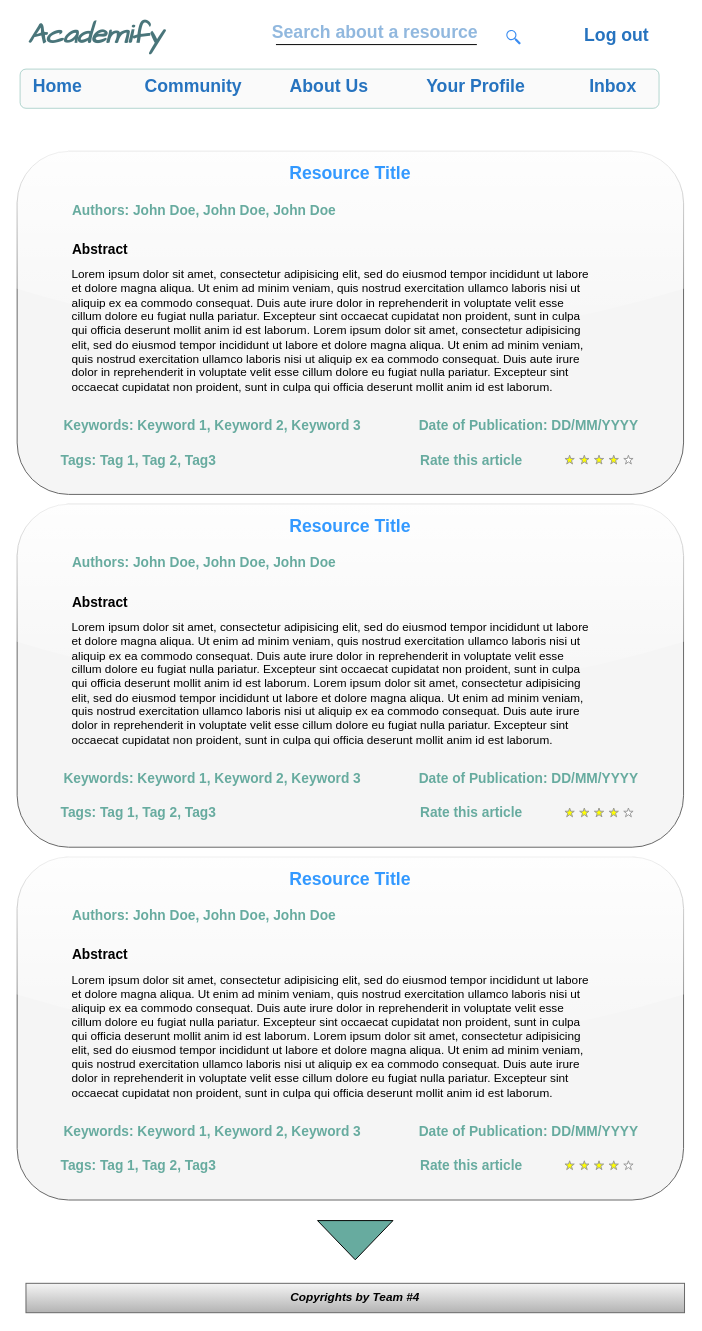
muhammed-ayman/ScholarStack keeps this draw.io diagram as Project Design/Wireframes/Resource Post.drawio. Above is the earlier version. Source tidied: cells renumbered, new cells numbered last; positions are measured from the earlier drawing's top-left corner, leaving out a move shared by most shapes. Both pictures are drawn from the tidied source at 98%, with x=0, y=0 at pixel (17, 16).
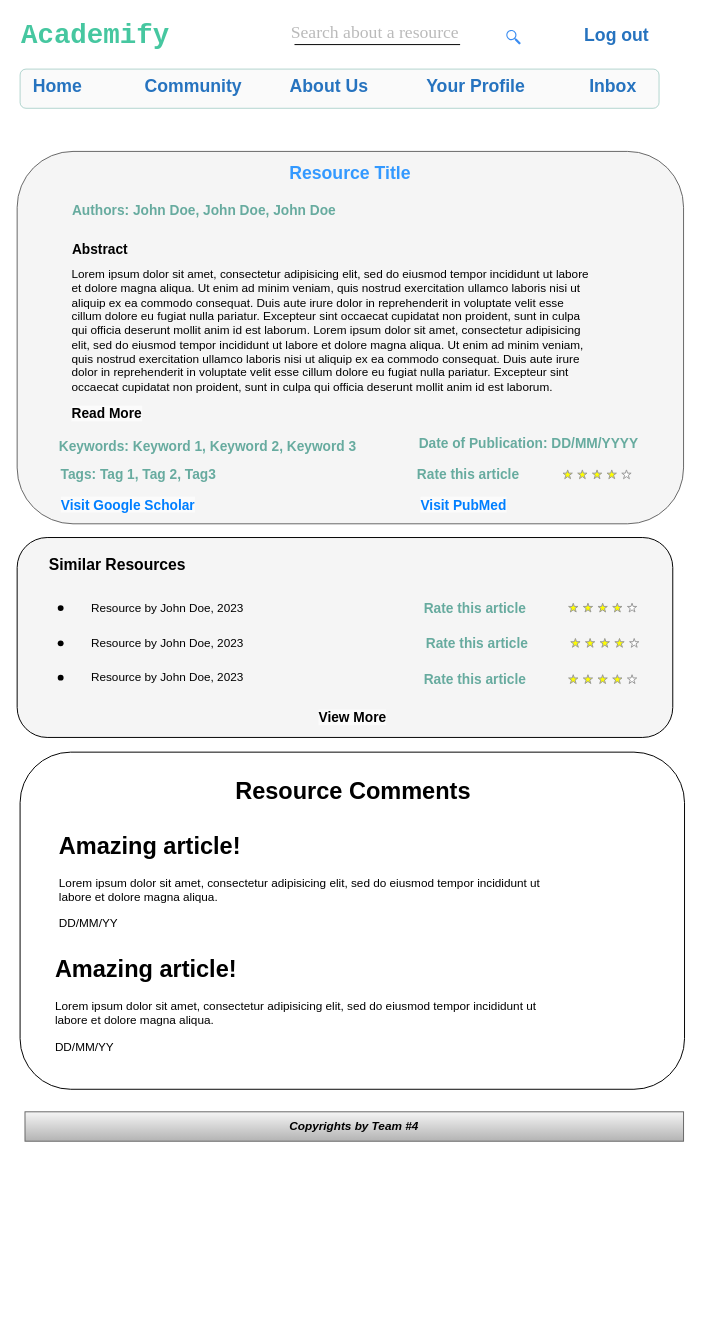
Above is the later version.

Change to the diagram source:
```diff
@@
-    <mxCell id="3" style="rounded=1;labelBackgroundColor=none;labelBorderColor=none;noLabel=1;whiteSpace=wrap;html=1;glass=1;fillColor=#f5f5f5;strokeColor=#666666;fontColor=#333333;" parent="1" vertex="1">
-      <mxGeometry y="138" width="680" height="350" as="geometry" />
+    <mxCell id="3" style="rounded=1;labelBackgroundColor=none;labelBorderColor=none;noLabel=1;whiteSpace=wrap;html=1;glass=0;fillColor=#F5F5F5;strokeColor=#666666;fontColor=#333333;" parent="1" vertex="1">
+      <mxGeometry y="138" width="680" height="380" as="geometry" />
     </mxCell>
-    <mxCell id="4" value="Academify" style="text;spacingTop=-5;fontSize=28;fontStyle=3;align=center;horizontal=1;verticalAlign=middle;fontFamily=Comic Sans MS;fontColor=#49757A;" parent="1" vertex="1">
+    <mxCell id="4" value="Academify" style="text;spacingTop=-5;fontSize=28;fontStyle=1;align=center;horizontal=1;verticalAlign=middle;fontFamily=Courier New;fontColor=#46C7A0;" parent="1" vertex="1">
       <mxGeometry y="0.2" width="160" height="35" as="geometry" />
     </mxCell>
@@
     <mxCell id="10" style="verticalLabelPosition=bottom;verticalAlign=top;strokeWidth=1;shape=mxgraph.mockup.misc.rating;strokeColor=#999999;fillColor=#ffff00;emptyFillColor=#ffffff;grade=4;ratingScale=5;ratingStyle=star;fontSize=14;" parent="1" vertex="1">
-      <mxGeometry x="559" y="448" width="67.5" height="10" as="geometry" />
+      <mxGeometry x="557" y="463" width="67.5" height="10" as="geometry" />
     </mxCell>
     <mxCell id="11" value="Rate this article" style="text;spacingTop=-5;fontSize=14;align=center;fontColor=#67AB9F;fontStyle=1;" parent="1" vertex="1">
-      <mxGeometry x="408.2" y="443" width="111" height="20" as="geometry" />
+      <mxGeometry x="405" y="458" width="111" height="20" as="geometry" />
     </mxCell>
     <mxCell id="12" value="Keywords: Keyword 1, Keyword 2, Keyword 3" style="text;spacingTop=-5;fontSize=14;align=center;fontColor=#67AB9F;fontStyle=1;" parent="1" vertex="1">
-      <mxGeometry x="54.4" y="408" width="290" height="20" as="geometry" />
+      <mxGeometry x="49.7" y="429" width="290" height="20" as="geometry" />
     </mxCell>
-    <mxCell id="13" value="Search about a resource" style="text;spacingTop=-5;align=center;fontStyle=1;fontSize=18;fontColor=#2673BF;textOpacity=50;" parent="1" vertex="1">
+    <mxCell id="13" value="Search about a resource" style="text;spacingTop=-5;align=center;fontStyle=0;fontSize=18;fontColor=#B3B3B3;textOpacity=90;fontFamily=Times New Roman;" parent="1" vertex="1">
       <mxGeometry x="239.1" y="4" width="252.5" height="27.5" as="geometry" />
     </mxCell>
@@
     <mxCell id="17" style="line;strokeWidth=1;" parent="1" vertex="1">
-      <mxGeometry x="264.1" y="24" width="205" height="10" as="geometry" />
+      <mxGeometry x="283" y="24" width="169" height="10" as="geometry" />
     </mxCell>
@@
     <mxCell id="21" value="Date of Publication: DD/MM/YYYY" style="text;spacingTop=-5;fontSize=14;fontStyle=1;fontColor=#67AB9F;" parent="1" vertex="1">
-      <mxGeometry x="408.2" y="408" width="230" height="20" as="geometry" />
+      <mxGeometry x="408.2" y="426" width="230" height="20" as="geometry" />
     </mxCell>
     <mxCell id="22" value="Tags: Tag 1, Tag 2, Tag3" style="text;spacingTop=-5;fontSize=14;align=center;fontColor=#67AB9F;fontStyle=1;" parent="1" vertex="1">
-      <mxGeometry x="43" y="443" width="162" height="20" as="geometry" />
+      <mxGeometry x="43" y="458" width="162" height="20" as="geometry" />
     </mxCell>
-    <mxCell id="23" style="rounded=1;labelBackgroundColor=#660033;labelBorderColor=#FFFF00;noLabel=1;whiteSpace=wrap;html=1;shadow=0;glass=1;fillColor=#f5f5f5;strokeColor=#666666;fontColor=#333333;" parent="1" vertex="1">
-      <mxGeometry y="498" width="680" height="350" as="geometry" />
-    </mxCell>
-    <mxCell id="24" value="Abstract" style="text;spacingTop=-5;fontSize=14;fontStyle=1;" parent="1" vertex="1">
-      <mxGeometry x="54.4" y="588" width="91" height="30" as="geometry" />
-    </mxCell>
-    <mxCell id="25" value="Lorem ipsum dolor sit amet, consectetur adipisicing elit, sed do eiusmod tempor incididunt ut labore et dolore magna aliqua. Ut enim ad minim veniam, quis nostrud exercitation ullamco laboris nisi ut aliquip ex ea commodo consequat. Duis aute irure dolor in reprehenderit in voluptate velit esse cillum dolore eu fugiat nulla pariatur. Excepteur sint occaecat cupidatat non proident, sunt in culpa qui officia deserunt mollit anim id est laborum. Lorem ipsum dolor sit amet, consectetur adipisicing elit, sed do eiusmod tempor incididunt ut labore et dolore magna aliqua. Ut enim ad minim veniam, quis nostrud exercitation ullamco laboris nisi ut aliquip ex ea commodo consequat. Duis aute irure dolor in reprehenderit in voluptate velit esse cillum dolore eu fugiat nulla pariatur. Excepteur sint occaecat cupidatat non proident, sunt in culpa qui officia deserunt mollit anim id est laborum." style="text;spacingTop=-5;align=left;verticalAlign=middle;whiteSpace=wrap;" parent="1" vertex="1">
-      <mxGeometry x="54.4" y="608" width="530" height="150" as="geometry" />
-    </mxCell>
-    <mxCell id="26" style="verticalLabelPosition=bottom;verticalAlign=top;strokeWidth=1;shape=mxgraph.mockup.misc.rating;strokeColor=#999999;fillColor=#ffff00;emptyFillColor=#ffffff;grade=4;ratingScale=5;ratingStyle=star;fontSize=14;" parent="1" vertex="1">
-      <mxGeometry x="559" y="808" width="67.5" height="10" as="geometry" />
-    </mxCell>
-    <mxCell id="27" value="Rate this article" style="text;spacingTop=-5;fontSize=14;align=center;fontColor=#67AB9F;fontStyle=1;" parent="1" vertex="1">
-      <mxGeometry x="408.2" y="803" width="111" height="20" as="geometry" />
-    </mxCell>
-    <mxCell id="28" value="Keywords: Keyword 1, Keyword 2, Keyword 3" style="text;spacingTop=-5;fontSize=14;align=center;fontColor=#67AB9F;fontStyle=1;" parent="1" vertex="1">
-      <mxGeometry x="54.4" y="768" width="290" height="20" as="geometry" />
-    </mxCell>
-    <mxCell id="29" value="Resource Title" style="text;spacingTop=-5;fontSize=18;fontStyle=1;align=center;fontColor=#3399FF;" parent="1" vertex="1">
-      <mxGeometry x="275" y="508" width="130" height="30" as="geometry" />
-    </mxCell>
-    <mxCell id="30" value="Authors: John Doe, John Doe, John Doe" style="text;spacingTop=-5;fontSize=14;fontStyle=1;fontColor=#67AB9F;" parent="1" vertex="1">
-      <mxGeometry x="54.4" y="548" width="280.6" height="20" as="geometry" />
-    </mxCell>
-    <mxCell id="31" value="Date of Publication: DD/MM/YYYY" style="text;spacingTop=-5;fontSize=14;fontStyle=1;fontColor=#67AB9F;" parent="1" vertex="1">
-      <mxGeometry x="408.2" y="768" width="230" height="20" as="geometry" />
-    </mxCell>
-    <mxCell id="32" value="Tags: Tag 1, Tag 2, Tag3" style="text;spacingTop=-5;fontSize=14;align=center;fontColor=#67AB9F;fontStyle=1;" parent="1" vertex="1">
-      <mxGeometry x="43" y="803" width="162" height="20" as="geometry" />
-    </mxCell>
-    <mxCell id="33" style="triangle;whiteSpace=wrap;html=1;direction=south;fontColor=none;noLabel=1;labelBackgroundColor=none;fillColor=#67AB9F;" parent="1" vertex="1">
-      <mxGeometry x="306.5" y="1229" width="77" height="40" as="geometry" />
-    </mxCell>
-    <mxCell id="34" style="rounded=1;labelBackgroundColor=#660033;labelBorderColor=#FFFF00;noLabel=1;whiteSpace=wrap;html=1;glass=1;fillColor=#f5f5f5;strokeColor=#666666;fontColor=#333333;" parent="1" vertex="1">
-      <mxGeometry y="858" width="680" height="350" as="geometry" />
-    </mxCell>
-    <mxCell id="35" value="Abstract" style="text;spacingTop=-5;fontSize=14;fontStyle=1;" parent="1" vertex="1">
-      <mxGeometry x="54.4" y="948" width="91" height="30" as="geometry" />
-    </mxCell>
-    <mxCell id="36" value="Lorem ipsum dolor sit amet, consectetur adipisicing elit, sed do eiusmod tempor incididunt ut labore et dolore magna aliqua. Ut enim ad minim veniam, quis nostrud exercitation ullamco laboris nisi ut aliquip ex ea commodo consequat. Duis aute irure dolor in reprehenderit in voluptate velit esse cillum dolore eu fugiat nulla pariatur. Excepteur sint occaecat cupidatat non proident, sunt in culpa qui officia deserunt mollit anim id est laborum. Lorem ipsum dolor sit amet, consectetur adipisicing elit, sed do eiusmod tempor incididunt ut labore et dolore magna aliqua. Ut enim ad minim veniam, quis nostrud exercitation ullamco laboris nisi ut aliquip ex ea commodo consequat. Duis aute irure dolor in reprehenderit in voluptate velit esse cillum dolore eu fugiat nulla pariatur. Excepteur sint occaecat cupidatat non proident, sunt in culpa qui officia deserunt mollit anim id est laborum." style="text;spacingTop=-5;align=left;verticalAlign=middle;whiteSpace=wrap;" parent="1" vertex="1">
-      <mxGeometry x="54.4" y="968" width="530" height="150" as="geometry" />
-    </mxCell>
-    <mxCell id="37" style="verticalLabelPosition=bottom;verticalAlign=top;strokeWidth=1;shape=mxgraph.mockup.misc.rating;strokeColor=#999999;fillColor=#ffff00;emptyFillColor=#ffffff;grade=4;ratingScale=5;ratingStyle=star;fontSize=14;" parent="1" vertex="1">
-      <mxGeometry x="559" y="1168" width="67.5" height="10" as="geometry" />
-    </mxCell>
-    <mxCell id="38" value="Rate this article" style="text;spacingTop=-5;fontSize=14;align=center;fontColor=#67AB9F;fontStyle=1;" parent="1" vertex="1">
-      <mxGeometry x="408.2" y="1163" width="111" height="20" as="geometry" />
-    </mxCell>
-    <mxCell id="39" value="Keywords: Keyword 1, Keyword 2, Keyword 3" style="text;spacingTop=-5;fontSize=14;align=center;fontColor=#67AB9F;fontStyle=1;" parent="1" vertex="1">
-      <mxGeometry x="54.4" y="1128" width="290" height="20" as="geometry" />
-    </mxCell>
-    <mxCell id="40" value="Resource Title" style="text;spacingTop=-5;fontSize=18;fontStyle=1;align=center;fontColor=#3399FF;" parent="1" vertex="1">
-      <mxGeometry x="275" y="868" width="130" height="30" as="geometry" />
-    </mxCell>
-    <mxCell id="41" value="Authors: John Doe, John Doe, John Doe" style="text;spacingTop=-5;fontSize=14;fontStyle=1;fontColor=#67AB9F;" parent="1" vertex="1">
-      <mxGeometry x="54.4" y="908" width="280.6" height="20" as="geometry" />
-    </mxCell>
-    <mxCell id="42" value="Date of Publication: DD/MM/YYYY" style="text;spacingTop=-5;fontSize=14;fontStyle=1;fontColor=#67AB9F;" parent="1" vertex="1">
-      <mxGeometry x="408.2" y="1128" width="230" height="20" as="geometry" />
-    </mxCell>
-    <mxCell id="43" value="Tags: Tag 1, Tag 2, Tag3" style="text;spacingTop=-5;fontSize=14;align=center;fontColor=#67AB9F;fontStyle=1;" parent="1" vertex="1">
-      <mxGeometry x="43" y="1163" width="162" height="20" as="geometry" />
-    </mxCell>
     <mxCell id="44" value="&lt;b&gt;&lt;i&gt;Copyrights by Team #4&lt;/i&gt;&lt;/b&gt;" style="rounded=0;whiteSpace=wrap;html=1;fillColor=#f5f5f5;gradientColor=#b3b3b3;strokeColor=#666666;" parent="1" vertex="1">
-      <mxGeometry x="9" y="1293" width="672" height="30" as="geometry" />
+      <mxGeometry x="8" y="1118" width="672" height="30" as="geometry" />
     </mxCell>
+    <mxCell id="45" style="rounded=1;whiteSpace=wrap;html=1;fillColor=#F5F5F5;" parent="1" vertex="1">
+      <mxGeometry y="532" width="669" height="204" as="geometry" />
+    </mxCell>
+    <mxCell id="46" value="Similar Resources" style="text;html=1;strokeColor=none;fillColor=none;align=center;verticalAlign=middle;whiteSpace=wrap;rounded=0;fontStyle=1;fontSize=16;" parent="1" vertex="1">
+      <mxGeometry x="23" y="545" width="159" height="30" as="geometry" />
+    </mxCell>
+    <mxCell id="47" style="shape=waypoint;sketch=0;fillStyle=solid;size=6;fillColor=none;perimeter=centerPerimeter;" parent="1" vertex="1">
+      <mxGeometry x="34.4" y="594" width="20" height="20" as="geometry" />
+    </mxCell>
+    <mxCell id="48" value="Resource by John Doe, 2023" style="text;html=1;strokeColor=none;fillColor=none;align=center;verticalAlign=middle;whiteSpace=wrap;rounded=0;" parent="1" vertex="1">
+      <mxGeometry x="49" y="589" width="209" height="30" as="geometry" />
+    </mxCell>
+    <mxCell id="49" style="shape=waypoint;sketch=0;fillStyle=solid;size=6;fillColor=none;perimeter=centerPerimeter;" parent="1" vertex="1">
+      <mxGeometry x="34.4" y="630" width="20" height="20" as="geometry" />
+    </mxCell>
+    <mxCell id="50" value="Resource by John Doe, 2023" style="text;html=1;strokeColor=none;fillColor=none;align=center;verticalAlign=middle;whiteSpace=wrap;rounded=0;" parent="1" vertex="1">
+      <mxGeometry x="49" y="625" width="209" height="30" as="geometry" />
+    </mxCell>
+    <mxCell id="51" style="shape=waypoint;sketch=0;fillStyle=solid;size=6;fillColor=none;perimeter=centerPerimeter;" parent="1" vertex="1">
+      <mxGeometry x="34.4" y="665" width="20" height="20" as="geometry" />
+    </mxCell>
+    <mxCell id="52" value="Resource by John Doe, 2023" style="text;html=1;strokeColor=none;fillColor=none;align=center;verticalAlign=middle;whiteSpace=wrap;rounded=0;" parent="1" vertex="1">
+      <mxGeometry x="49" y="660" width="209" height="30" as="geometry" />
+    </mxCell>
+    <mxCell id="53" style="verticalLabelPosition=bottom;verticalAlign=top;strokeWidth=1;shape=mxgraph.mockup.misc.rating;strokeColor=#999999;fillColor=#ffff00;emptyFillColor=#ffffff;grade=4;ratingScale=5;ratingStyle=star;fontSize=14;" parent="1" vertex="1">
+      <mxGeometry x="562.7" y="599" width="67.5" height="10" as="geometry" />
+    </mxCell>
+    <mxCell id="54" value="Rate this article" style="text;spacingTop=-5;fontSize=14;align=center;fontColor=#67AB9F;fontStyle=1;" parent="1" vertex="1">
+      <mxGeometry x="412" y="594" width="111" height="20" as="geometry" />
+    </mxCell>
+    <mxCell id="55" style="verticalLabelPosition=bottom;verticalAlign=top;strokeWidth=1;shape=mxgraph.mockup.misc.rating;strokeColor=#999999;fillColor=#ffff00;emptyFillColor=#ffffff;grade=4;ratingScale=5;ratingStyle=star;fontSize=14;" parent="1" vertex="1">
+      <mxGeometry x="564.9" y="635" width="67.5" height="10" as="geometry" />
+    </mxCell>
+    <mxCell id="56" value="Rate this article" style="text;spacingTop=-5;fontSize=14;align=center;fontColor=#67AB9F;fontStyle=1;" parent="1" vertex="1">
+      <mxGeometry x="414.1" y="630" width="111" height="20" as="geometry" />
+    </mxCell>
+    <mxCell id="57" style="verticalLabelPosition=bottom;verticalAlign=top;strokeWidth=1;shape=mxgraph.mockup.misc.rating;strokeColor=#999999;fillColor=#ffff00;emptyFillColor=#ffffff;grade=4;ratingScale=5;ratingStyle=star;fontSize=14;" parent="1" vertex="1">
+      <mxGeometry x="562.7" y="672" width="67.5" height="10" as="geometry" />
+    </mxCell>
+    <mxCell id="58" value="Rate this article" style="text;spacingTop=-5;fontSize=14;align=center;fontColor=#67AB9F;fontStyle=1;" parent="1" vertex="1">
+      <mxGeometry x="412" y="667" width="111" height="20" as="geometry" />
+    </mxCell>
+    <mxCell id="59" value="&lt;span style=&quot;font-family: Helvetica; font-size: 14px; font-style: normal; font-variant-ligatures: normal; font-variant-caps: normal; font-weight: 700; letter-spacing: normal; orphans: 2; text-align: center; text-indent: 0px; text-transform: none; widows: 2; word-spacing: 0px; -webkit-text-stroke-width: 0px; background-color: rgb(251, 251, 251); text-decoration-thickness: initial; text-decoration-style: initial; text-decoration-color: initial; float: none; display: inline !important;&quot;&gt;Visit PubMed&lt;/span&gt;" style="text;whiteSpace=wrap;html=1;fontColor=#007FFF;" parent="1" vertex="1">
+      <mxGeometry x="410" y="484" width="104" height="28" as="geometry" />
+    </mxCell>
+    <mxCell id="60" value="&lt;span style=&quot;font-family: Helvetica; font-size: 14px; font-style: normal; font-variant-ligatures: normal; font-variant-caps: normal; font-weight: 700; letter-spacing: normal; orphans: 2; text-align: center; text-indent: 0px; text-transform: none; widows: 2; word-spacing: 0px; -webkit-text-stroke-width: 0px; background-color: rgb(251, 251, 251); text-decoration-thickness: initial; text-decoration-style: initial; text-decoration-color: initial; float: none; display: inline !important;&quot;&gt;Visit Google Scholar&lt;/span&gt;" style="text;whiteSpace=wrap;html=1;fontColor=#007FFF;" parent="1" vertex="1">
+      <mxGeometry x="43" y="484" width="147" height="28" as="geometry" />
+    </mxCell>
+    <mxCell id="61" value="&lt;span style=&quot;font-family: Helvetica; font-size: 14px; font-style: normal; font-variant-ligatures: normal; font-variant-caps: normal; letter-spacing: normal; orphans: 2; text-align: center; text-indent: 0px; text-transform: none; widows: 2; word-spacing: 0px; -webkit-text-stroke-width: 0px; background-color: rgb(251, 251, 251); text-decoration-thickness: initial; text-decoration-style: initial; text-decoration-color: initial; float: none; display: inline !important;&quot;&gt;View More&lt;/span&gt;" style="text;whiteSpace=wrap;html=1;fontColor=#000000;fontStyle=1;" parent="1" vertex="1">
+      <mxGeometry x="306" y="701" width="85" height="28" as="geometry" />
+    </mxCell>
+    <mxCell id="62" value="&lt;span style=&quot;font-family: Helvetica; font-size: 14px; font-style: normal; font-variant-ligatures: normal; font-variant-caps: normal; letter-spacing: normal; orphans: 2; text-align: center; text-indent: 0px; text-transform: none; widows: 2; word-spacing: 0px; -webkit-text-stroke-width: 0px; background-color: rgb(251, 251, 251); text-decoration-thickness: initial; text-decoration-style: initial; text-decoration-color: initial; float: none; display: inline !important;&quot;&gt;Read More&lt;/span&gt;" style="text;whiteSpace=wrap;html=1;fontColor=#000000;fontStyle=1;" parent="1" vertex="1">
+      <mxGeometry x="54.4" y="391" width="85" height="28" as="geometry" />
+    </mxCell>
+    <mxCell id="63" style="rounded=1;whiteSpace=wrap;html=1;" parent="1" vertex="1">
+      <mxGeometry x="3" y="751" width="678" height="344" as="geometry" />
+    </mxCell>
+    <mxCell id="64" value="&lt;h1&gt;Amazing article!&lt;/h1&gt;&lt;p&gt;Lorem ipsum dolor sit amet, consectetur adipisicing elit, sed do eiusmod tempor incididunt ut labore et dolore magna aliqua.&lt;/p&gt;&lt;p&gt;DD/MM/YY&lt;/p&gt;" style="text;html=1;strokeColor=none;fillColor=none;spacing=5;spacingTop=-20;whiteSpace=wrap;overflow=hidden;rounded=0;" parent="1" vertex="1">
+      <mxGeometry x="38" y="827" width="507" height="128" as="geometry" />
+    </mxCell>
+    <mxCell id="65" value="&lt;h1&gt;Resource Comments&lt;/h1&gt;" style="text;html=1;strokeColor=none;fillColor=none;spacing=5;spacingTop=-20;whiteSpace=wrap;overflow=hidden;rounded=0;" parent="1" vertex="1">
+      <mxGeometry x="218" y="771" width="261" height="40" as="geometry" />
+    </mxCell>
+    <mxCell id="66" value="&lt;h1&gt;Amazing article!&lt;/h1&gt;&lt;p&gt;Lorem ipsum dolor sit amet, consectetur adipisicing elit, sed do eiusmod tempor incididunt ut labore et dolore magna aliqua.&lt;/p&gt;&lt;p&gt;DD/MM/YY&lt;/p&gt;" style="text;html=1;strokeColor=none;fillColor=none;spacing=5;spacingTop=-20;whiteSpace=wrap;overflow=hidden;rounded=0;" parent="1" vertex="1">
+      <mxGeometry x="34.4" y="953" width="507" height="128" as="geometry" />
+    </mxCell>
```
